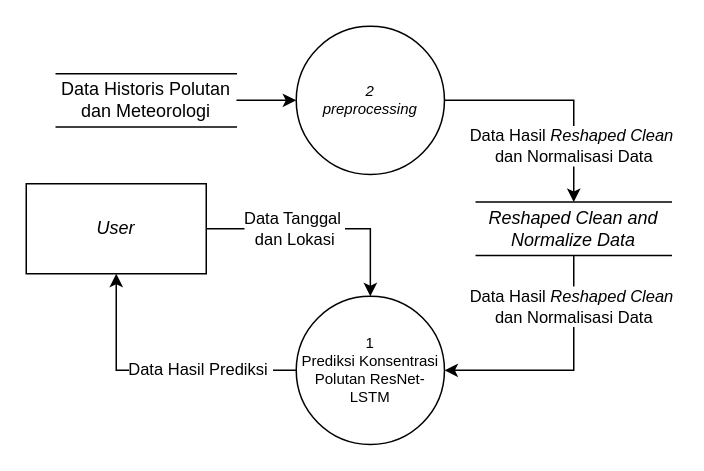
Above: page "Page-3" (3 of 13) of sistem.drawio in lullabymav/skrpsi (draw.io), before the change. Source tidied: cells renumbered, new cells numbered last; positions are measured from the earlier drawing's top-left corner, leaving out a move shared by most shapes. Both pictures are drawn from the tidied source at 150%, with x=0, y=0 at pixel (26, 26).
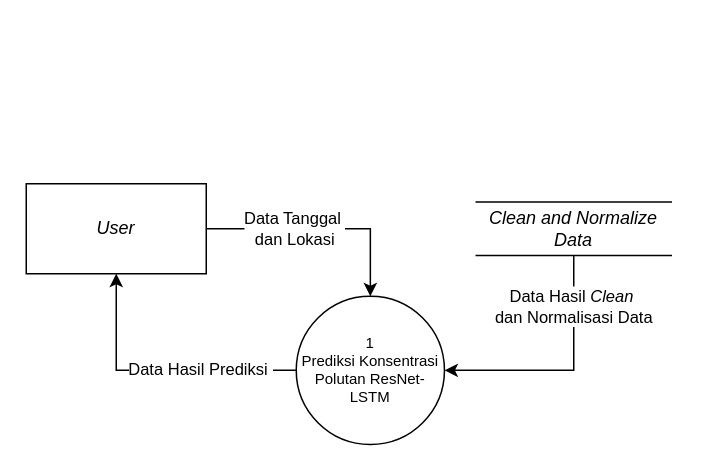
Above is the later version.

The edit, as a diff of the source:
```diff
@@
 <mxGraphModel>
   <root>
     <mxCell id="0" />
     <mxCell id="1" parent="0" />
     <mxCell id="2" value="Data Tanggal&amp;nbsp;&lt;div&gt;dan Lokasi&lt;/div&gt;" style="edgeStyle=orthogonalEdgeStyle;rounded=0;jettySize=auto;html=1;entryX=0.5;entryY=0;entryDx=0;entryDy=0;exitX=1;exitY=0.5;exitDx=0;exitDy=0;" parent="1" edge="1" source="3" target="5">
       <mxGeometry x="-0.23" relative="1" as="geometry">
         <Array as="points">
           <mxPoint x="229" y="135" />
         </Array>
       </mxGeometry>
     </mxCell>
     <mxCell id="3" value="&lt;i&gt;User&lt;/i&gt;" style="rounded=0;whiteSpace=wrap;html=1;" parent="1" vertex="1">
       <mxGeometry y="105" width="120" height="60" as="geometry" />
     </mxCell>
     <mxCell id="4" value="Data Hasil Prediksi&amp;nbsp;" style="edgeStyle=orthogonalEdgeStyle;rounded=0;jettySize=auto;html=1;exitX=0;exitY=0.5;exitDx=0;exitDy=0;entryX=0.5;entryY=1;entryDx=0;entryDy=0;" parent="1" edge="1" source="5" target="3">
       <mxGeometry x="-0.31" relative="1" as="geometry" />
     </mxCell>
     <mxCell id="5" value="&lt;div style=&quot;font-size: 10px;&quot;&gt;1&lt;/div&gt;Prediksi Konsentrasi Polutan ResNet-LSTM" style="ellipse;whiteSpace=wrap;html=1;fontSize=10;" parent="1" vertex="1">
       <mxGeometry x="180" y="180" width="98.8" height="98.8" as="geometry" />
     </mxCell>
-    <mxCell id="6" value="Data Hasil &lt;i&gt;Reshaped&lt;/i&gt; &lt;i&gt;Clean&lt;/i&gt;&amp;nbsp;&lt;div&gt;dan Normalisasi Data&lt;/div&gt;" style="edgeStyle=orthogonalEdgeStyle;rounded=0;jettySize=auto;html=1;exitX=1;exitY=0.5;exitDx=0;exitDy=0;entryX=0.5;entryY=0;entryDx=0;entryDy=0;" parent="1" edge="1" source="7" target="12">
-      <mxGeometry x="0.52" relative="1" as="geometry" />
-    </mxCell>
-    <mxCell id="7" value="&lt;div&gt;&lt;i&gt;2&lt;/i&gt;&lt;/div&gt;&lt;div&gt;&lt;i&gt;preprocessing&lt;/i&gt;&lt;/div&gt;" style="ellipse;whiteSpace=wrap;html=1;fontSize=10;" parent="1" vertex="1">
-      <mxGeometry x="180" width="98.8" height="98.8" as="geometry" />
-    </mxCell>
-    <mxCell id="8" style="edgeStyle=orthogonalEdgeStyle;rounded=0;jettySize=auto;html=1;" parent="1" edge="1" source="9" target="7">
-      <mxGeometry relative="1" as="geometry" />
-    </mxCell>
-    <mxCell id="9" value="Data Historis Polutan dan Meteorologi" style="html=1;dashed=0;whiteSpace=wrap;shape=partialRectangle;right=0;left=0;" parent="1" vertex="1">
-      <mxGeometry x="20" y="31.6" width="120" height="35.6" as="geometry" />
-    </mxCell>
     <mxCell id="10" style="edgeStyle=orthogonalEdgeStyle;rounded=0;jettySize=auto;html=1;exitX=0.5;exitY=1;exitDx=0;exitDy=0;entryX=1;entryY=0.5;entryDx=0;entryDy=0;" parent="1" edge="1" source="12" target="5">
       <mxGeometry relative="1" as="geometry" />
     </mxCell>
-    <mxCell id="11" value="Data Hasil&amp;nbsp;&lt;i&gt;Reshaped&lt;/i&gt;&amp;nbsp;&lt;i&gt;Clean&lt;/i&gt;&amp;nbsp;&lt;div&gt;dan Normalisasi Data&lt;/div&gt;" style="edgeLabel;html=1;align=center;verticalAlign=middle;" parent="10" vertex="1">
+    <mxCell id="11" value="Data Hasil&amp;nbsp;&lt;i&gt;Clean&lt;/i&gt;&amp;nbsp;&lt;div&gt;dan Normalisasi Data&lt;/div&gt;" style="edgeLabel;html=1;align=center;verticalAlign=middle;" parent="10" vertex="1">
       <mxGeometry x="-0.58" y="-1" relative="1" as="geometry" />
     </mxCell>
-    <mxCell id="12" value="&lt;i&gt;Reshaped Clean and Normalize Data&lt;/i&gt;" style="html=1;dashed=0;whiteSpace=wrap;shape=partialRectangle;right=0;left=0;" parent="1" vertex="1">
+    <mxCell id="12" value="&lt;i&gt;Clean and Normalize Data&lt;/i&gt;" style="html=1;dashed=0;whiteSpace=wrap;shape=partialRectangle;right=0;left=0;" parent="1" vertex="1">
       <mxGeometry x="300" y="117.2" width="130" height="35.6" as="geometry" />
     </mxCell>
   </root>
 </mxGraphModel>
```
